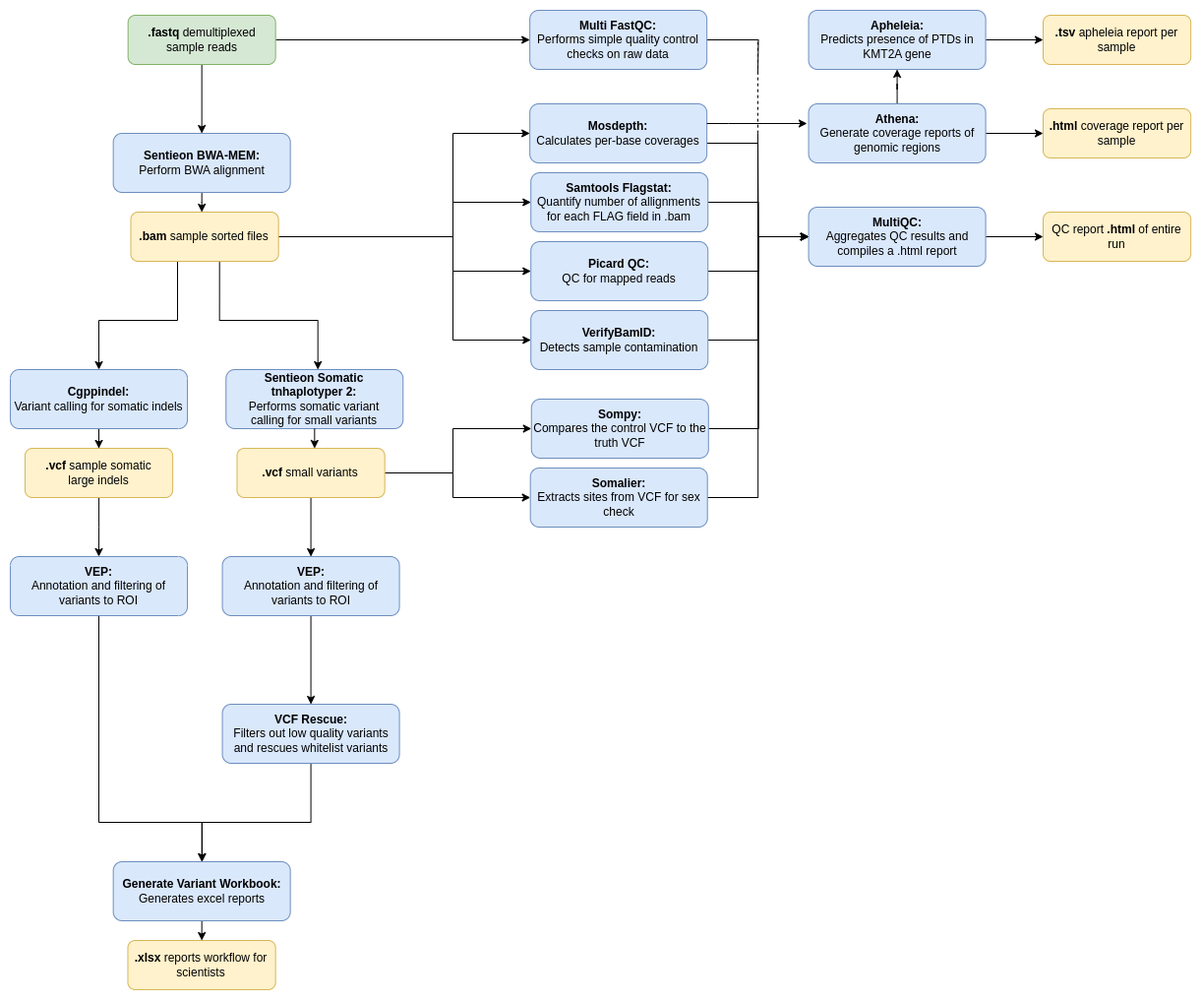
eastgenomics/eggd_uranus_main_workflow keeps this draw.io diagram as images/full_uranus_practical.drawio.png. Above is the earlier version. Source tidied: cells renumbered, new cells last; positions are measured from the earlier drawing's top-left corner, leaving out a move shared by most shapes. Its diagram source:
```xml
<mxGraphModel>
  <root>
    <mxCell id="0" />
    <mxCell id="1" parent="0" />
    <mxCell id="2" style="edgeStyle=orthogonalEdgeStyle;rounded=0;jettySize=auto;html=1;" parent="1" edge="1" source="3" target="13">
      <mxGeometry relative="1" as="geometry">
        <Array as="points">
          <mxPoint x="195" y="195" />
          <mxPoint x="195" y="195" />
        </Array>
      </mxGeometry>
    </mxCell>
    <mxCell id="3" value="&lt;b&gt;Sentieon BWA-MEM:&lt;br&gt;&lt;/b&gt;Perform BWA alignment" style="rounded=1;whiteSpace=wrap;html=1;fillColor=#dae8fc;strokeColor=#6c8ebf;" parent="1" vertex="1">
      <mxGeometry x="104.7" y="125" width="180" height="60" as="geometry" />
    </mxCell>
    <mxCell id="4" style="edgeStyle=orthogonalEdgeStyle;rounded=0;jettySize=auto;html=1;" parent="1" edge="1" source="6" target="28">
      <mxGeometry relative="1" as="geometry" />
    </mxCell>
    <mxCell id="5" style="edgeStyle=orthogonalEdgeStyle;rounded=0;jettySize=auto;html=1;" parent="1" edge="1" source="6" target="3">
      <mxGeometry relative="1" as="geometry" />
    </mxCell>
    <mxCell id="6" value="&lt;b&gt;.fastq &lt;/b&gt;demultiplexed&lt;br&gt;sample reads" style="rounded=1;whiteSpace=wrap;html=1;fillColor=#d5e8d4;strokeColor=#82b366;" parent="1" vertex="1">
      <mxGeometry x="119.7" y="5" width="150" height="50" as="geometry" />
    </mxCell>
    <mxCell id="7" style="edgeStyle=orthogonalEdgeStyle;rounded=0;jettySize=auto;html=1;entryX=0.5;entryY=0;entryDx=0;entryDy=0;" parent="1" edge="1" source="13" target="15">
      <mxGeometry relative="1" as="geometry">
        <Array as="points">
          <mxPoint x="170" y="315" />
          <mxPoint x="90" y="315" />
        </Array>
      </mxGeometry>
    </mxCell>
    <mxCell id="8" style="edgeStyle=orthogonalEdgeStyle;rounded=0;orthogonalLoop=1;jettySize=auto;html=1;entryX=0.5;entryY=0;entryDx=0;entryDy=0;" parent="1" edge="1">
      <mxGeometry relative="1" as="geometry">
        <mxPoint x="212.7" y="255" as="sourcePoint" />
        <mxPoint x="312" y="365" as="targetPoint" />
        <Array as="points">
          <mxPoint x="212.7" y="315" />
          <mxPoint x="312.7" y="315" />
          <mxPoint x="312.7" y="365" />
        </Array>
      </mxGeometry>
    </mxCell>
    <mxCell id="9" style="edgeStyle=orthogonalEdgeStyle;rounded=0;jettySize=auto;html=1;entryX=0;entryY=0.5;entryDx=0;entryDy=0;" parent="1" edge="1" source="13" target="30">
      <mxGeometry relative="1" as="geometry">
        <Array as="points">
          <mxPoint x="450" y="230" />
          <mxPoint x="450" y="125" />
        </Array>
      </mxGeometry>
    </mxCell>
    <mxCell id="10" style="edgeStyle=orthogonalEdgeStyle;rounded=0;jettySize=auto;html=1;" parent="1" edge="1" source="13" target="32">
      <mxGeometry relative="1" as="geometry">
        <Array as="points">
          <mxPoint x="450" y="230" />
          <mxPoint x="450" y="195" />
        </Array>
      </mxGeometry>
    </mxCell>
    <mxCell id="11" style="edgeStyle=orthogonalEdgeStyle;rounded=0;jettySize=auto;html=1;entryX=0;entryY=0.5;entryDx=0;entryDy=0;" parent="1" edge="1" source="13" target="34">
      <mxGeometry relative="1" as="geometry">
        <Array as="points">
          <mxPoint x="450" y="230" />
          <mxPoint x="450" y="265" />
        </Array>
      </mxGeometry>
    </mxCell>
    <mxCell id="12" style="edgeStyle=orthogonalEdgeStyle;rounded=0;jettySize=auto;html=1;entryX=0;entryY=0.5;entryDx=0;entryDy=0;" parent="1" edge="1" source="13" target="36">
      <mxGeometry relative="1" as="geometry">
        <Array as="points">
          <mxPoint x="450" y="230" />
          <mxPoint x="450" y="335" />
        </Array>
      </mxGeometry>
    </mxCell>
    <mxCell id="13" value="&amp;nbsp;&lt;b&gt;.bam&lt;/b&gt;&amp;nbsp;sample sorted files&amp;nbsp;" style="rounded=1;whiteSpace=wrap;html=1;fillColor=#fff2cc;strokeColor=#d6b656;" parent="1" vertex="1">
      <mxGeometry x="122.5" y="205" width="150.2" height="50" as="geometry" />
    </mxCell>
    <mxCell id="14" style="edgeStyle=orthogonalEdgeStyle;rounded=0;jettySize=auto;html=1;entryX=0.5;entryY=0;entryDx=0;entryDy=0;" parent="1" edge="1" source="15" target="18">
      <mxGeometry relative="1" as="geometry" />
    </mxCell>
    <mxCell id="15" value="&lt;b&gt;Cgppindel:&lt;/b&gt;&lt;br&gt;Variant calling for somatic indels" style="rounded=1;whiteSpace=wrap;html=1;fillColor=#dae8fc;strokeColor=#6c8ebf;" parent="1" vertex="1">
      <mxGeometry y="365" width="180" height="60" as="geometry" />
    </mxCell>
    <mxCell id="16" value="&lt;b&gt;Sentieon Somatic &lt;br&gt;tnhaplotyper 2:&lt;br&gt;&lt;/b&gt;Performs somatic variant &lt;br&gt;calling for small variants" style="rounded=1;whiteSpace=wrap;html=1;fillColor=#dae8fc;strokeColor=#6c8ebf;" parent="1" vertex="1">
      <mxGeometry x="219.3" y="365" width="180" height="60" as="geometry" />
    </mxCell>
    <mxCell id="17" style="edgeStyle=orthogonalEdgeStyle;rounded=0;jettySize=auto;html=1;" parent="1" edge="1" source="18" target="55">
      <mxGeometry relative="1" as="geometry" />
    </mxCell>
    <mxCell id="18" value="&lt;p style=&quot;line-height: 120%;&quot;&gt;&lt;/p&gt;&lt;div style=&quot;&quot;&gt;&lt;span style=&quot;background-color: initial;&quot;&gt;&lt;b&gt;.vcf&amp;nbsp;&lt;/b&gt;sample somatic&lt;br&gt;large indels&lt;/span&gt;&lt;/div&gt;&lt;p&gt;&lt;/p&gt;" style="rounded=1;whiteSpace=wrap;html=1;fillColor=#fff2cc;strokeColor=#d6b656;align=center;" parent="1" vertex="1">
      <mxGeometry x="15" y="445" width="150.2" height="50" as="geometry" />
    </mxCell>
    <mxCell id="19" style="edgeStyle=orthogonalEdgeStyle;rounded=0;jettySize=auto;html=1;entryX=0;entryY=0.5;entryDx=0;entryDy=0;" parent="1" edge="1" source="22" target="38">
      <mxGeometry relative="1" as="geometry">
        <Array as="points">
          <mxPoint x="450" y="470" />
          <mxPoint x="450" y="425" />
        </Array>
      </mxGeometry>
    </mxCell>
    <mxCell id="20" style="edgeStyle=orthogonalEdgeStyle;rounded=0;jettySize=auto;html=1;" parent="1" edge="1" source="22" target="45">
      <mxGeometry relative="1" as="geometry">
        <Array as="points">
          <mxPoint x="450" y="470" />
          <mxPoint x="450" y="495" />
        </Array>
      </mxGeometry>
    </mxCell>
    <mxCell id="21" style="edgeStyle=orthogonalEdgeStyle;rounded=0;jettySize=auto;html=1;entryX=0.5;entryY=0;entryDx=0;entryDy=0;" parent="1" edge="1" source="22" target="57">
      <mxGeometry relative="1" as="geometry" />
    </mxCell>
    <mxCell id="22" value="&lt;b&gt;.vcf&amp;nbsp;&lt;/b&gt;small variants" style="rounded=1;whiteSpace=wrap;html=1;fillColor=#fff2cc;strokeColor=#d6b656;" parent="1" vertex="1">
      <mxGeometry x="230.5" y="445" width="150.2" height="50" as="geometry" />
    </mxCell>
    <mxCell id="23" style="edgeStyle=orthogonalEdgeStyle;rounded=0;jettySize=auto;html=1;" parent="1" edge="1" source="24" target="25">
      <mxGeometry relative="1" as="geometry" />
    </mxCell>
    <mxCell id="24" value="&lt;b&gt;Generate Variant Workbook:&lt;br&gt;&lt;/b&gt;Generates excel reports" style="rounded=1;whiteSpace=wrap;html=1;fillColor=#dae8fc;strokeColor=#6c8ebf;" parent="1" vertex="1">
      <mxGeometry x="104.7" y="865" width="180" height="60" as="geometry" />
    </mxCell>
    <mxCell id="25" value="&lt;p style=&quot;line-height: 120%;&quot;&gt;&lt;/p&gt;&lt;div style=&quot;&quot;&gt;&lt;b&gt;.xlsx&amp;nbsp;&lt;/b&gt;reports workflow for scientists&lt;/div&gt;&lt;p&gt;&lt;/p&gt;" style="rounded=1;whiteSpace=wrap;html=1;fillColor=#fff2cc;strokeColor=#d6b656;align=center;" parent="1" vertex="1">
      <mxGeometry x="119.5" y="945" width="150.2" height="50" as="geometry" />
    </mxCell>
    <mxCell id="26" style="edgeStyle=orthogonalEdgeStyle;rounded=0;jettySize=auto;html=1;entryX=0;entryY=0.5;entryDx=0;entryDy=0;dashed=1;strokeWidth=1;" parent="1" edge="1" source="28" target="48">
      <mxGeometry relative="1" as="geometry">
        <Array as="points">
          <mxPoint x="760" y="30" />
          <mxPoint x="760" y="230" />
        </Array>
      </mxGeometry>
    </mxCell>
    <mxCell id="27" style="edgeStyle=orthogonalEdgeStyle;rounded=0;jettySize=auto;html=1;endArrow=none;endFill=0;strokeWidth=1;" parent="1" edge="1" source="28">
      <mxGeometry relative="1" as="geometry">
        <mxPoint x="760" y="65" as="targetPoint" />
      </mxGeometry>
    </mxCell>
    <mxCell id="28" value="&lt;b&gt;Multi FastQC:&lt;br&gt;&lt;/b&gt;Performs simple quality control checks on raw data" style="rounded=1;whiteSpace=wrap;html=1;fillColor=#dae8fc;strokeColor=#6c8ebf;" parent="1" vertex="1">
      <mxGeometry x="528.2" width="180" height="60" as="geometry" />
    </mxCell>
    <mxCell id="29" style="edgeStyle=orthogonalEdgeStyle;rounded=0;jettySize=auto;html=1;entryX=0;entryY=0.5;entryDx=0;entryDy=0;" parent="1" edge="1" source="30" target="48">
      <mxGeometry relative="1" as="geometry">
        <Array as="points">
          <mxPoint x="760" y="135" />
          <mxPoint x="760" y="230" />
        </Array>
      </mxGeometry>
    </mxCell>
    <mxCell id="30" value="&lt;b&gt;Mosdepth:&lt;br&gt;&lt;/b&gt;Calculates per-base coverages" style="rounded=1;whiteSpace=wrap;html=1;fillColor=#dae8fc;strokeColor=#6c8ebf;" parent="1" vertex="1">
      <mxGeometry x="528.2" y="95" width="180" height="60" as="geometry" />
    </mxCell>
    <mxCell id="31" style="edgeStyle=orthogonalEdgeStyle;rounded=0;jettySize=auto;html=1;entryX=0;entryY=0.5;entryDx=0;entryDy=0;" parent="1" edge="1" source="32" target="48">
      <mxGeometry relative="1" as="geometry" />
    </mxCell>
    <mxCell id="32" value="&lt;b&gt;Samtools Flagstat:&lt;br&gt;&lt;/b&gt;Quantify number of allignments for each FLAG field in .bam" style="rounded=1;whiteSpace=wrap;html=1;fillColor=#dae8fc;strokeColor=#6c8ebf;" parent="1" vertex="1">
      <mxGeometry x="529.2" y="165" width="180" height="60" as="geometry" />
    </mxCell>
    <mxCell id="33" style="edgeStyle=orthogonalEdgeStyle;rounded=0;jettySize=auto;html=1;entryX=0;entryY=0.5;entryDx=0;entryDy=0;" parent="1" edge="1" source="34" target="48">
      <mxGeometry relative="1" as="geometry" />
    </mxCell>
    <mxCell id="34" value="&lt;b&gt;Picard QC:&lt;br&gt;&lt;/b&gt;QC for mapped reads" style="rounded=1;whiteSpace=wrap;html=1;fillColor=#dae8fc;strokeColor=#6c8ebf;" parent="1" vertex="1">
      <mxGeometry x="529.2" y="235" width="180" height="60" as="geometry" />
    </mxCell>
    <mxCell id="35" style="edgeStyle=orthogonalEdgeStyle;rounded=0;jettySize=auto;html=1;entryX=0;entryY=0.5;entryDx=0;entryDy=0;" parent="1" edge="1" source="36" target="48">
      <mxGeometry relative="1" as="geometry">
        <Array as="points">
          <mxPoint x="760" y="335" />
          <mxPoint x="760" y="230" />
        </Array>
      </mxGeometry>
    </mxCell>
    <mxCell id="36" value="&lt;b&gt;VerifyBamID:&lt;br&gt;&lt;/b&gt;Detects sample contamination" style="rounded=1;whiteSpace=wrap;html=1;fillColor=#dae8fc;strokeColor=#6c8ebf;" parent="1" vertex="1">
      <mxGeometry x="529.2" y="305" width="180" height="60" as="geometry" />
    </mxCell>
    <mxCell id="37" style="edgeStyle=orthogonalEdgeStyle;rounded=0;jettySize=auto;html=1;entryX=0;entryY=0.5;entryDx=0;entryDy=0;" parent="1" edge="1" source="38" target="48">
      <mxGeometry relative="1" as="geometry" />
    </mxCell>
    <mxCell id="38" value="&lt;b&gt;Sompy:&lt;br&gt;&lt;/b&gt;Compares the control VCF to the truth VCF" style="rounded=1;whiteSpace=wrap;html=1;fillColor=#dae8fc;strokeColor=#6c8ebf;" parent="1" vertex="1">
      <mxGeometry x="529.8" y="395" width="180" height="60" as="geometry" />
    </mxCell>
    <mxCell id="39" style="edgeStyle=orthogonalEdgeStyle;rounded=0;jettySize=auto;html=1;" parent="1" edge="1" source="40" target="52">
      <mxGeometry relative="1" as="geometry" />
    </mxCell>
    <mxCell id="40" value="&lt;b&gt;Apheleia:&lt;br&gt;&lt;/b&gt;Predicts presence of PTDs in KMT2A gene" style="rounded=1;whiteSpace=wrap;html=1;fillColor=#dae8fc;strokeColor=#6c8ebf;" parent="1" vertex="1">
      <mxGeometry x="811.6" width="180" height="60" as="geometry" />
    </mxCell>
    <mxCell id="41" style="edgeStyle=orthogonalEdgeStyle;rounded=0;jettySize=auto;html=1;entryX=0.5;entryY=1;entryDx=0;entryDy=0;" parent="1" edge="1" source="43" target="40">
      <mxGeometry relative="1" as="geometry" />
    </mxCell>
    <mxCell id="42" style="edgeStyle=orthogonalEdgeStyle;rounded=0;jettySize=auto;html=1;entryX=0;entryY=0.5;entryDx=0;entryDy=0;" parent="1" edge="1" source="43" target="51">
      <mxGeometry relative="1" as="geometry" />
    </mxCell>
    <mxCell id="43" value="&lt;b&gt;Athena:&lt;br&gt;&lt;/b&gt;Generate coverage reports of genomic regions" style="rounded=1;whiteSpace=wrap;html=1;fillColor=#dae8fc;strokeColor=#6c8ebf;" parent="1" vertex="1">
      <mxGeometry x="811.6" y="95" width="180" height="60" as="geometry" />
    </mxCell>
    <mxCell id="44" style="edgeStyle=orthogonalEdgeStyle;rounded=0;jettySize=auto;html=1;entryX=0;entryY=0.5;entryDx=0;entryDy=0;" parent="1" edge="1" source="45" target="48">
      <mxGeometry relative="1" as="geometry" />
    </mxCell>
    <mxCell id="45" value="&lt;b&gt;Somalier:&lt;br&gt;&lt;/b&gt;Extracts sites from VCF for sex check" style="rounded=1;whiteSpace=wrap;html=1;fillColor=#dae8fc;strokeColor=#6c8ebf;" parent="1" vertex="1">
      <mxGeometry x="528.7" y="465" width="180" height="60" as="geometry" />
    </mxCell>
    <mxCell id="46" style="edgeStyle=orthogonalEdgeStyle;rounded=0;jettySize=auto;html=1;entryX=0;entryY=0.5;entryDx=0;entryDy=0;" parent="1" edge="1" source="48" target="50">
      <mxGeometry relative="1" as="geometry" />
    </mxCell>
    <mxCell id="47" style="edgeStyle=orthogonalEdgeStyle;rounded=0;jettySize=auto;html=1;endArrow=none;endFill=0;" parent="1" edge="1" source="48">
      <mxGeometry relative="1" as="geometry">
        <mxPoint x="760" y="125" as="targetPoint" />
      </mxGeometry>
    </mxCell>
    <mxCell id="48" value="&lt;b&gt;MultiQC:&lt;br&gt;&lt;/b&gt;Aggregates QC results and compiles a .html report" style="rounded=1;whiteSpace=wrap;html=1;fillColor=#dae8fc;strokeColor=#6c8ebf;" parent="1" vertex="1">
      <mxGeometry x="811.6" y="200" width="180" height="60" as="geometry" />
    </mxCell>
    <mxCell id="49" style="edgeStyle=orthogonalEdgeStyle;rounded=0;jettySize=auto;html=1;entryX=0.527;entryY=-0.004;entryDx=0;entryDy=0;entryPerimeter=0;" parent="1" edge="1" source="16" target="22">
      <mxGeometry relative="1" as="geometry" />
    </mxCell>
    <mxCell id="50" value="&lt;p style=&quot;line-height: 120%;&quot;&gt;&lt;/p&gt;&lt;div style=&quot;&quot;&gt;QC report &lt;b&gt;.html&lt;/b&gt;&amp;nbsp;of entire run&lt;/div&gt;&lt;p&gt;&lt;/p&gt;" style="rounded=1;whiteSpace=wrap;html=1;fillColor=#fff2cc;strokeColor=#d6b656;align=center;" parent="1" vertex="1">
      <mxGeometry x="1050" y="205" width="150.2" height="50" as="geometry" />
    </mxCell>
    <mxCell id="51" value="&lt;p style=&quot;line-height: 120%;&quot;&gt;&lt;/p&gt;&lt;div style=&quot;&quot;&gt;&lt;b&gt;.html &lt;/b&gt;coverage report per sample&lt;/div&gt;&lt;p&gt;&lt;/p&gt;" style="rounded=1;whiteSpace=wrap;html=1;fillColor=#fff2cc;strokeColor=#d6b656;align=center;" parent="1" vertex="1">
      <mxGeometry x="1050" y="100" width="150.2" height="50" as="geometry" />
    </mxCell>
    <mxCell id="52" value="&lt;p style=&quot;line-height: 120%;&quot;&gt;&lt;/p&gt;&lt;div style=&quot;&quot;&gt;&lt;b&gt;.tsv&lt;/b&gt;&amp;nbsp;apheleia report per sample&lt;/div&gt;&lt;p&gt;&lt;/p&gt;" style="rounded=1;whiteSpace=wrap;html=1;fillColor=#fff2cc;strokeColor=#d6b656;align=center;" parent="1" vertex="1">
      <mxGeometry x="1050" y="5" width="150.2" height="50" as="geometry" />
    </mxCell>
    <mxCell id="53" style="edgeStyle=orthogonalEdgeStyle;rounded=0;jettySize=auto;html=1;entryX=-0.009;entryY=0.333;entryDx=0;entryDy=0;entryPerimeter=0;" parent="1" edge="1" source="30" target="43">
      <mxGeometry relative="1" as="geometry">
        <Array as="points">
          <mxPoint x="730" y="115" />
          <mxPoint x="730" y="115" />
        </Array>
      </mxGeometry>
    </mxCell>
    <mxCell id="54" style="edgeStyle=orthogonalEdgeStyle;rounded=0;jettySize=auto;html=1;" parent="1" edge="1" source="55" target="24">
      <mxGeometry relative="1" as="geometry">
        <Array as="points">
          <mxPoint x="90" y="825" />
          <mxPoint x="195" y="825" />
        </Array>
      </mxGeometry>
    </mxCell>
    <mxCell id="55" value="&lt;b&gt;VEP:&lt;br&gt;&lt;/b&gt;Annotation and filtering of variants to ROI" style="rounded=1;whiteSpace=wrap;html=1;fillColor=#dae8fc;strokeColor=#6c8ebf;" parent="1" vertex="1">
      <mxGeometry y="555" width="180" height="60" as="geometry" />
    </mxCell>
    <mxCell id="56" style="edgeStyle=orthogonalEdgeStyle;rounded=0;jettySize=auto;html=1;" parent="1" edge="1" source="57" target="59">
      <mxGeometry relative="1" as="geometry" />
    </mxCell>
    <mxCell id="57" value="&lt;b&gt;VEP:&lt;br&gt;&lt;/b&gt;Annotation and filtering of variants to ROI" style="rounded=1;whiteSpace=wrap;html=1;fillColor=#dae8fc;strokeColor=#6c8ebf;" parent="1" vertex="1">
      <mxGeometry x="215.6" y="555" width="180" height="60" as="geometry" />
    </mxCell>
    <mxCell id="58" style="edgeStyle=orthogonalEdgeStyle;rounded=0;jettySize=auto;html=1;entryX=0.5;entryY=0;entryDx=0;entryDy=0;" parent="1" edge="1" source="59" target="24">
      <mxGeometry relative="1" as="geometry">
        <Array as="points">
          <mxPoint x="306" y="825" />
          <mxPoint x="195" y="825" />
        </Array>
      </mxGeometry>
    </mxCell>
    <mxCell id="59" value="&lt;b&gt;VCF Rescue:&lt;br&gt;&lt;/b&gt;Filters out low quality variants and rescues whitelist variants" style="rounded=1;whiteSpace=wrap;html=1;fillColor=#dae8fc;strokeColor=#6c8ebf;" parent="1" vertex="1">
      <mxGeometry x="215.6" y="705" width="180" height="60" as="geometry" />
    </mxCell>
  </root>
</mxGraphModel>
```
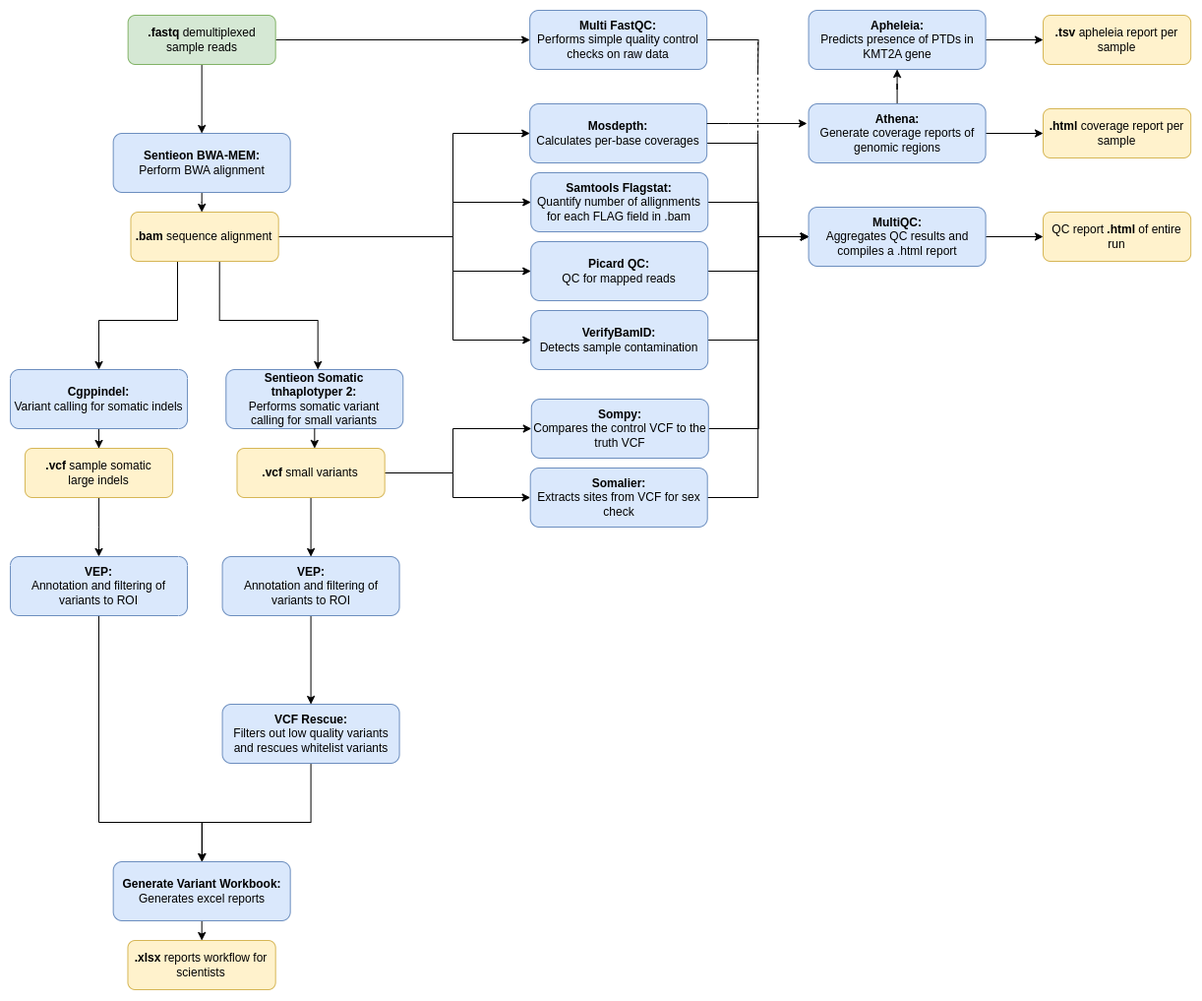
After the change.

Diff of the diagram source:
```diff
@@ -73,7 +73,7 @@
         </Array>
       </mxGeometry>
     </mxCell>
-    <mxCell id="13" value="&amp;nbsp;&lt;b&gt;.bam&lt;/b&gt;&amp;nbsp;sample sorted files&amp;nbsp;" style="rounded=1;whiteSpace=wrap;html=1;fillColor=#fff2cc;strokeColor=#d6b656;" parent="1" vertex="1">
+    <mxCell id="13" value="&amp;nbsp;&lt;b&gt;.bam&lt;/b&gt;&amp;nbsp;sequence alignment&amp;nbsp;" style="rounded=1;whiteSpace=wrap;html=1;fillColor=#fff2cc;strokeColor=#d6b656;" parent="1" vertex="1">
       <mxGeometry x="122.5" y="205" width="150.2" height="50" as="geometry" />
     </mxCell>
     <mxCell id="14" style="edgeStyle=orthogonalEdgeStyle;rounded=0;jettySize=auto;html=1;entryX=0.5;entryY=0;entryDx=0;entryDy=0;" parent="1" edge="1" source="15" target="18">
```
